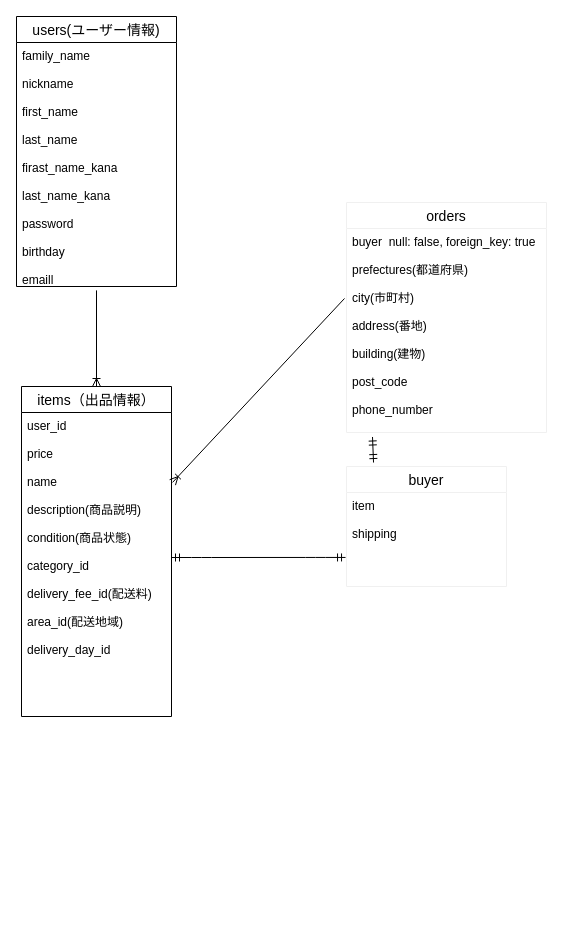
cheap95/furima-34842 keeps this draw.io diagram as test.dio. Above is the earlier version. Source tidied: cells renumbered, new cells numbered last; positions are measured from the earlier drawing's top-left corner, leaving out a move shared by most shapes. Both pictures are drawn from the tidied source at 100%, with x=0, y=0 at pixel (16, 16).
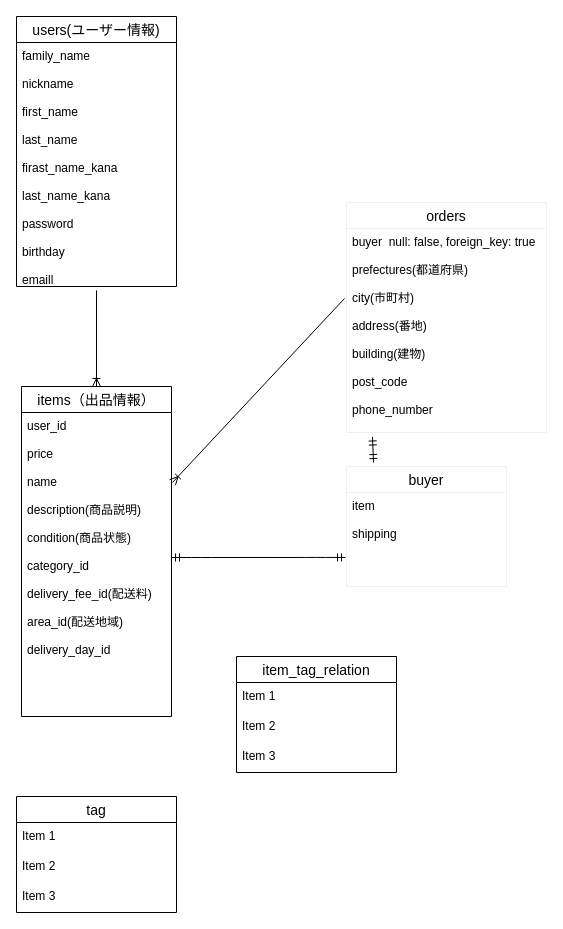
After the change.

What changed in the source:
```diff
@@
+    <mxCell id="14" value="tag" style="swimlane;fontStyle=0;horizontal=1;startSize=26;align=center;fontSize=14;" parent="1" vertex="1">
+      <mxGeometry y="780" width="160" height="116" as="geometry" />
+    </mxCell>
+    <mxCell id="15" value="Item 1" style="text;strokeColor=none;fillColor=none;spacingLeft=4;spacingRight=4;overflow=hidden;fontSize=12;" parent="14" vertex="1">
+      <mxGeometry y="26" width="160" height="30" as="geometry" />
+    </mxCell>
+    <mxCell id="16" value="Item 2" style="text;strokeColor=none;fillColor=none;spacingLeft=4;spacingRight=4;overflow=hidden;fontSize=12;" parent="14" vertex="1">
+      <mxGeometry y="56" width="160" height="30" as="geometry" />
+    </mxCell>
+    <mxCell id="17" value="Item 3" style="text;strokeColor=none;fillColor=none;spacingLeft=4;spacingRight=4;overflow=hidden;fontSize=12;" parent="14" vertex="1">
+      <mxGeometry y="86" width="160" height="30" as="geometry" />
+    </mxCell>
+    <mxCell id="18" value="item_tag_relation" style="swimlane;fontStyle=0;horizontal=1;startSize=26;align=center;fontSize=14;" parent="1" vertex="1">
+      <mxGeometry x="220" y="640" width="160" height="116" as="geometry" />
+    </mxCell>
+    <mxCell id="19" value="Item 1" style="text;strokeColor=none;fillColor=none;spacingLeft=4;spacingRight=4;overflow=hidden;fontSize=12;" parent="18" vertex="1">
+      <mxGeometry y="26" width="160" height="30" as="geometry" />
+    </mxCell>
+    <mxCell id="20" value="Item 2" style="text;strokeColor=none;fillColor=none;spacingLeft=4;spacingRight=4;overflow=hidden;fontSize=12;" parent="18" vertex="1">
+      <mxGeometry y="56" width="160" height="30" as="geometry" />
+    </mxCell>
+    <mxCell id="21" value="Item 3" style="text;strokeColor=none;fillColor=none;spacingLeft=4;spacingRight=4;overflow=hidden;fontSize=12;" parent="18" vertex="1">
+      <mxGeometry y="86" width="160" height="30" as="geometry" />
+    </mxCell>
```
